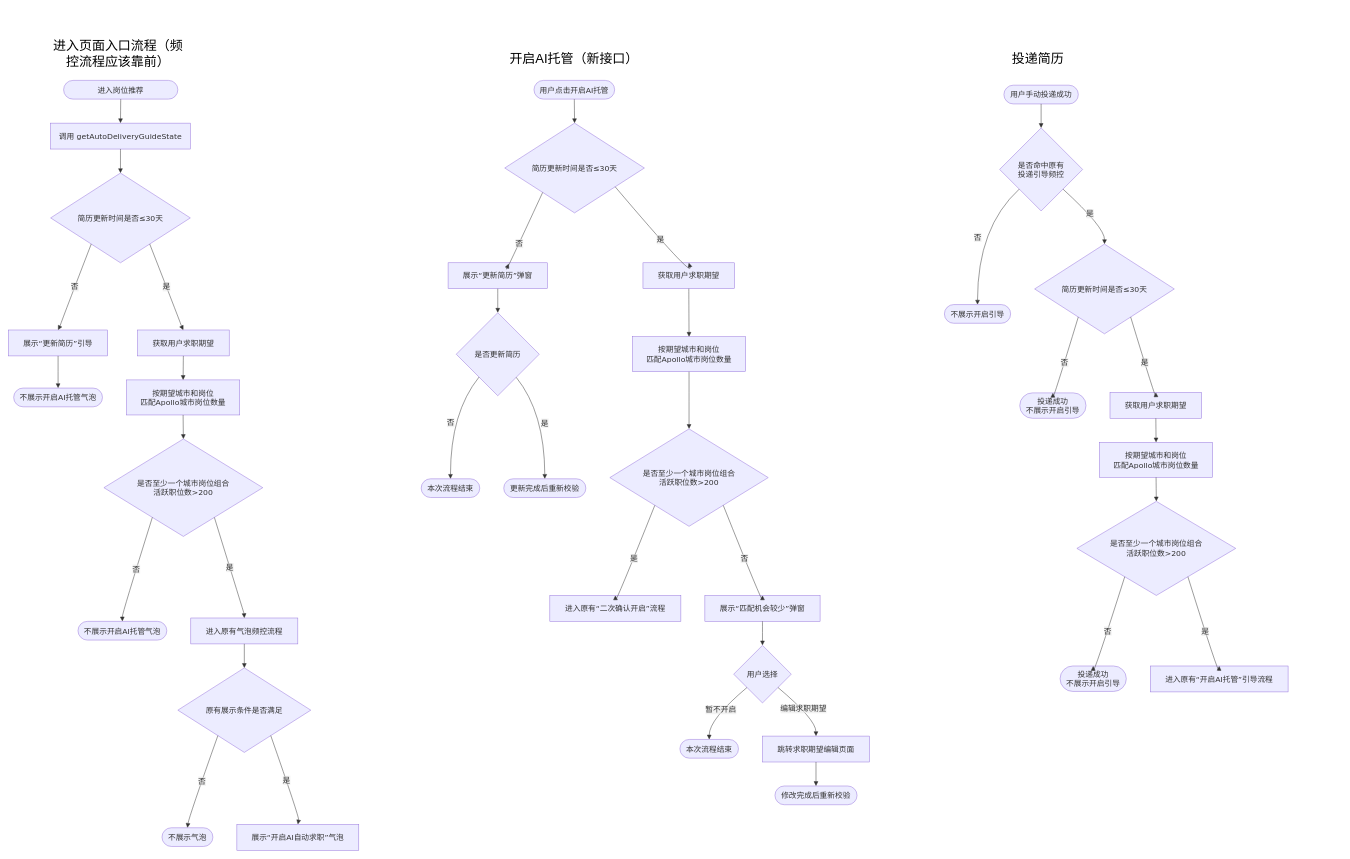
Before: 自动投递流程图.drawio in Eiji1422/diagrams, a draw.io diagram. Source tidied: cells renumbered, new cells numbered last; positions are measured from the earlier drawing's top-left corner, leaving out a move shared by most shapes. Both pictures are drawn from the tidied source at 48%, with x=0, y=0 at pixel (8, 8).
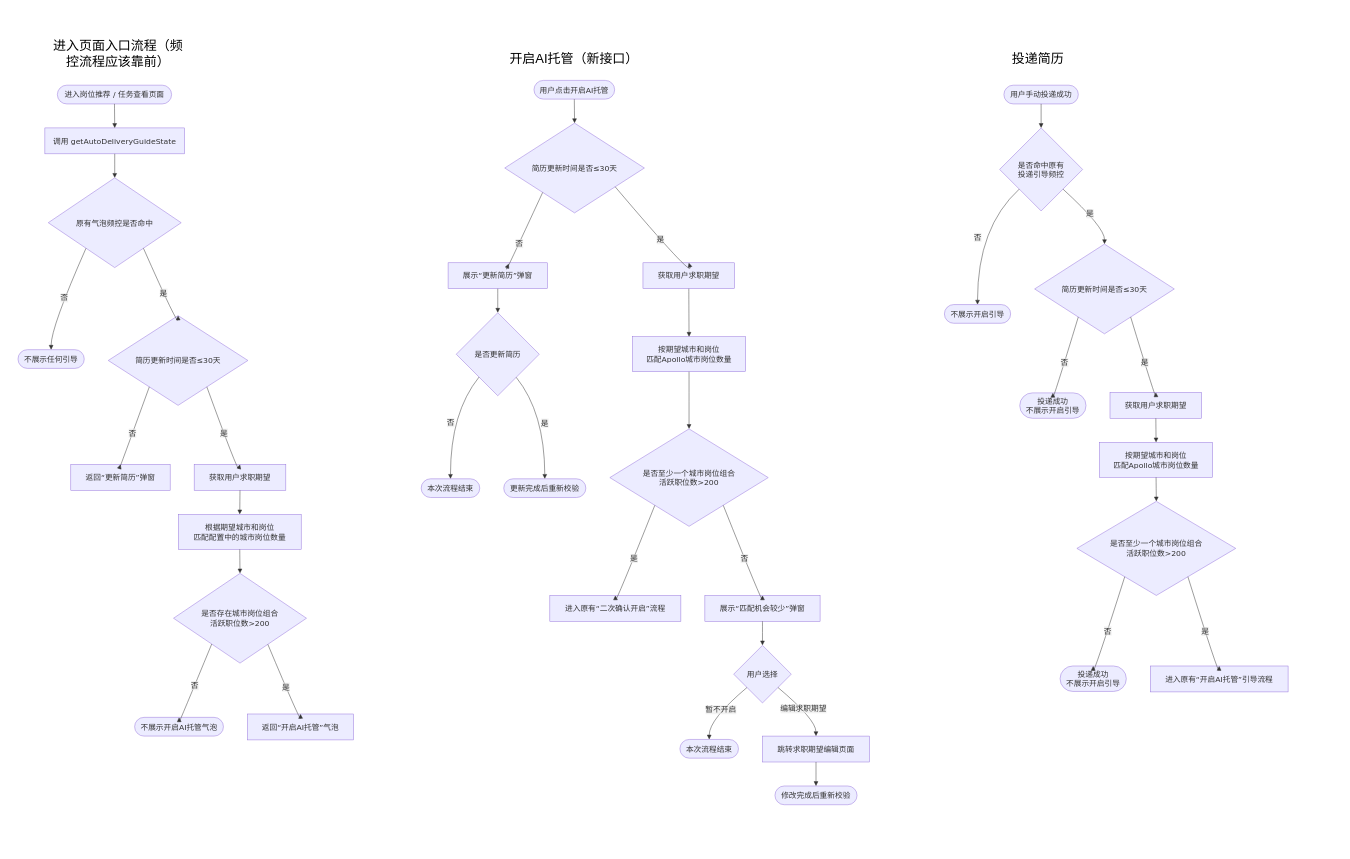
After the change.

Commit message:
更新自动投递流程图.drawio

Change to the diagram source:
```diff
@@
-    <mxCell id="3" style="group;transparentBounds=1;editIcon=1;lockedGroup=0;groupPadding=10;" parent="1" vertex="1">
-      <mxGeometry x="350" width="290" height="1560" as="geometry" />
-    </mxCell>
-    <mxCell id="4" value="进入岗位推荐" style="html=1;rounded=1;whiteSpace=wrap;arcSize=50;strokeWidth=1;fillColor=light-dark(#ECECFF,#1f2020);strokeColor=light-dark(#9370DB,#cccccc);fontColor=light-dark(#333333,#cccccc);fontFamily=Trebuchet MS,Verdana,Arial,sans-serif;fontSize=16;" parent="3" vertex="1">
-      <mxGeometry x="-235" y="150" width="238" height="39" as="geometry" />
-    </mxCell>
-    <mxCell id="5" value="调用 getAutoDeliveryGuideState" style="html=1;whiteSpace=wrap;strokeWidth=1;fillColor=light-dark(#ECECFF,#1f2020);strokeColor=light-dark(#9370DB,#cccccc);fontColor=light-dark(#333333,#cccccc);fontFamily=Trebuchet MS,Verdana,Arial,sans-serif;fontSize=16;" parent="3" vertex="1">
-      <mxGeometry x="-262" y="239" width="291" height="54" as="geometry" />
-    </mxCell>
-    <mxCell id="6" value="简历更新时间是否≤30天" style="rhombus;html=1;strokeWidth=1;whiteSpace=wrap;fillColor=light-dark(#ECECFF,#1f2020);strokeColor=light-dark(#9370DB,#cccccc);fontColor=light-dark(#333333,#cccccc);fontFamily=Trebuchet MS,Verdana,Arial,sans-serif;fontSize=16;" parent="3" vertex="1">
-      <mxGeometry x="-262" y="343" width="291" height="187" as="geometry" />
-    </mxCell>
-    <mxCell id="7" value="展示“更新简历”引导" style="html=1;whiteSpace=wrap;strokeWidth=1;fillColor=light-dark(#ECECFF,#1f2020);strokeColor=light-dark(#9370DB,#cccccc);fontColor=light-dark(#333333,#cccccc);fontFamily=Trebuchet MS,Verdana,Arial,sans-serif;fontSize=16;" parent="3" vertex="1">
-      <mxGeometry x="-350" y="670" width="207" height="54" as="geometry" />
-    </mxCell>
-    <mxCell id="8" value="不展示开启AI托管气泡" style="html=1;rounded=1;whiteSpace=wrap;arcSize=50;strokeWidth=1;fillColor=light-dark(#ECECFF,#1f2020);strokeColor=light-dark(#9370DB,#cccccc);fontColor=light-dark(#333333,#cccccc);fontFamily=Trebuchet MS,Verdana,Arial,sans-serif;fontSize=16;" parent="3" vertex="1">
-      <mxGeometry x="-339" y="791" width="185" height="39" as="geometry" />
-    </mxCell>
-    <mxCell id="9" value="获取用户求职期望" style="html=1;whiteSpace=wrap;strokeWidth=1;fillColor=light-dark(#ECECFF,#1f2020);strokeColor=light-dark(#9370DB,#cccccc);fontColor=light-dark(#333333,#cccccc);fontFamily=Trebuchet MS,Verdana,Arial,sans-serif;fontSize=16;" parent="3" vertex="1">
-      <mxGeometry x="-81" y="670" width="191" height="54" as="geometry" />
-    </mxCell>
-    <mxCell id="10" value="按期望城市和岗位&#10;匹配Apollo城市岗位数量" style="html=1;whiteSpace=wrap;strokeWidth=1;fillColor=light-dark(#ECECFF,#1f2020);strokeColor=light-dark(#9370DB,#cccccc);fontColor=light-dark(#333333,#cccccc);fontFamily=Trebuchet MS,Verdana,Arial,sans-serif;fontSize=16;" parent="3" vertex="1">
-      <mxGeometry x="-104" y="774" width="236" height="73" as="geometry" />
-    </mxCell>
-    <mxCell id="11" value="是否至少一个城市岗位组合&#10;活跃职位数&gt;200" style="rhombus;html=1;strokeWidth=1;whiteSpace=wrap;fillColor=light-dark(#ECECFF,#1f2020);strokeColor=light-dark(#9370DB,#cccccc);fontColor=light-dark(#333333,#cccccc);fontFamily=Trebuchet MS,Verdana,Arial,sans-serif;fontSize=16;" parent="3" vertex="1">
-      <mxGeometry x="-151" y="897" width="331" height="203" as="geometry" />
-    </mxCell>
-    <mxCell id="12" value="不展示开启AI托管气泡" style="html=1;rounded=1;whiteSpace=wrap;arcSize=50;strokeWidth=1;fillColor=light-dark(#ECECFF,#1f2020);strokeColor=light-dark(#9370DB,#cccccc);fontColor=light-dark(#333333,#cccccc);fontFamily=Trebuchet MS,Verdana,Arial,sans-serif;fontSize=16;" parent="3" vertex="1">
-      <mxGeometry x="-205" y="1277" width="185" height="39" as="geometry" />
-    </mxCell>
-    <mxCell id="13" value="进入原有气泡频控流程" style="html=1;whiteSpace=wrap;strokeWidth=1;fillColor=light-dark(#ECECFF,#1f2020);strokeColor=light-dark(#9370DB,#cccccc);fontColor=light-dark(#333333,#cccccc);fontFamily=Trebuchet MS,Verdana,Arial,sans-serif;fontSize=16;" parent="3" vertex="1">
-      <mxGeometry x="30" y="1270" width="223" height="54" as="geometry" />
-    </mxCell>
-    <mxCell id="14" value="原有展示条件是否满足" style="rhombus;html=1;strokeWidth=1;whiteSpace=wrap;fillColor=light-dark(#ECECFF,#1f2020);strokeColor=light-dark(#9370DB,#cccccc);fontColor=light-dark(#333333,#cccccc);fontFamily=Trebuchet MS,Verdana,Arial,sans-serif;fontSize=16;" parent="3" vertex="1">
-      <mxGeometry x="3" y="1374" width="277" height="176" as="geometry" />
-    </mxCell>
-    <mxCell id="15" value="不展示气泡" style="html=1;rounded=1;whiteSpace=wrap;arcSize=50;strokeWidth=1;fillColor=light-dark(#ECECFF,#1f2020);strokeColor=light-dark(#9370DB,#cccccc);fontColor=light-dark(#333333,#cccccc);fontFamily=Trebuchet MS,Verdana,Arial,sans-serif;fontSize=16;" parent="3" vertex="1">
-      <mxGeometry x="-30" y="1707" width="106" height="39" as="geometry" />
-    </mxCell>
-    <mxCell id="16" value="展示“开启AI自动求职”气泡" style="html=1;whiteSpace=wrap;strokeWidth=1;fillColor=light-dark(#ECECFF,#1f2020);strokeColor=light-dark(#9370DB,#cccccc);fontColor=light-dark(#333333,#cccccc);fontFamily=Trebuchet MS,Verdana,Arial,sans-serif;fontSize=16;" parent="3" vertex="1">
-      <mxGeometry x="126" y="1700" width="254" height="54" as="geometry" />
-    </mxCell>
-    <mxCell id="17" style="curved=1;startArrow=none;endArrow=block;endSize=7;strokeColor=light-dark(#333333,#cccccc);exitX=0.5;exitY=1;entryX=0.5;entryY=0;rounded=0;" parent="3" edge="1" source="4" target="5">
-      <mxGeometry relative="1" as="geometry" />
-    </mxCell>
-    <mxCell id="18" style="curved=1;startArrow=none;endArrow=block;endSize=7;strokeColor=light-dark(#333333,#cccccc);exitX=0.5;exitY=1;entryX=0.5;entryY=0;rounded=0;" parent="3" edge="1" source="5" target="6">
-      <mxGeometry relative="1" as="geometry" />
-    </mxCell>
-    <mxCell id="19" value="否" style="curved=1;startArrow=none;endArrow=block;endSize=7;strokeColor=light-dark(#333333,#cccccc);html=1;fontSize=16;labelBackgroundColor=light-dark(#E8E8E88D,#2a2a2a8D);fontFamily=Trebuchet MS,Verdana,Arial,sans-serif;fontColor=light-dark(#333333,#cccccc);exitX=0.14;exitY=1;entryX=0.5;entryY=0;rounded=0;" parent="3" edge="1" source="6" target="7">
-      <mxGeometry relative="1" as="geometry">
-        <Array as="points">
-          <mxPoint x="-246" y="669" />
-        </Array>
-      </mxGeometry>
-    </mxCell>
-    <mxCell id="20" style="curved=1;startArrow=none;endArrow=block;endSize=7;strokeColor=light-dark(#333333,#cccccc);exitX=0.5;exitY=1;entryX=0.5;entryY=0;rounded=0;" parent="3" edge="1" source="7" target="8">
-      <mxGeometry relative="1" as="geometry" />
-    </mxCell>
-    <mxCell id="21" value="是" style="curved=1;startArrow=none;endArrow=block;endSize=7;strokeColor=light-dark(#333333,#cccccc);html=1;fontSize=16;labelBackgroundColor=light-dark(#E8E8E88D,#2a2a2a8D);fontFamily=Trebuchet MS,Verdana,Arial,sans-serif;fontColor=light-dark(#333333,#cccccc);exitX=0.86;exitY=1;entryX=0.5;entryY=0;rounded=0;" parent="3" edge="1" source="6" target="9">
-      <mxGeometry relative="1" as="geometry">
-        <Array as="points">
-          <mxPoint x="14" y="669" />
-        </Array>
-      </mxGeometry>
-    </mxCell>
-    <mxCell id="22" style="curved=1;startArrow=none;endArrow=block;endSize=7;strokeColor=light-dark(#333333,#cccccc);exitX=0.5;exitY=1;entryX=0.5;entryY=0;rounded=0;" parent="3" edge="1" source="9" target="10">
-      <mxGeometry relative="1" as="geometry" />
-    </mxCell>
-    <mxCell id="23" style="curved=1;startArrow=none;endArrow=block;endSize=7;strokeColor=light-dark(#333333,#cccccc);exitX=0.5;exitY=1;entryX=0.5;entryY=0;rounded=0;" parent="3" edge="1" source="10" target="11">
-      <mxGeometry relative="1" as="geometry" />
-    </mxCell>
-    <mxCell id="24" value="否" style="curved=1;startArrow=none;endArrow=block;endSize=7;strokeColor=light-dark(#333333,#cccccc);html=1;fontSize=16;labelBackgroundColor=light-dark(#E8E8E88D,#2a2a2a8D);fontFamily=Trebuchet MS,Verdana,Arial,sans-serif;fontColor=light-dark(#333333,#cccccc);exitX=0.18;exitY=1;entryX=0.5;entryY=0;rounded=0;" parent="3" edge="1" source="11" target="12">
-      <mxGeometry relative="1" as="geometry">
-        <Array as="points">
-          <mxPoint x="-113" y="1261" />
-        </Array>
-      </mxGeometry>
-    </mxCell>
-    <mxCell id="25" value="是" style="curved=1;startArrow=none;endArrow=block;endSize=7;strokeColor=light-dark(#333333,#cccccc);html=1;fontSize=16;labelBackgroundColor=light-dark(#E8E8E88D,#2a2a2a8D);fontFamily=Trebuchet MS,Verdana,Arial,sans-serif;fontColor=light-dark(#333333,#cccccc);exitX=0.82;exitY=1;entryX=0.5;entryY=0;rounded=0;" parent="3" edge="1" source="11" target="13">
-      <mxGeometry relative="1" as="geometry">
-        <Array as="points">
-          <mxPoint x="141" y="1261" />
-        </Array>
-      </mxGeometry>
-    </mxCell>
-    <mxCell id="26" style="curved=1;startArrow=none;endArrow=block;endSize=7;strokeColor=light-dark(#333333,#cccccc);exitX=0.5;exitY=1;entryX=0.5;entryY=0;rounded=0;" parent="3" edge="1" source="13" target="14">
-      <mxGeometry relative="1" as="geometry" />
-    </mxCell>
-    <mxCell id="27" value="否" style="curved=1;startArrow=none;endArrow=block;endSize=7;strokeColor=light-dark(#333333,#cccccc);html=1;fontSize=16;labelBackgroundColor=light-dark(#E8E8E88D,#2a2a2a8D);fontFamily=Trebuchet MS,Verdana,Arial,sans-serif;fontColor=light-dark(#333333,#cccccc);exitX=0.17;exitY=1;entryX=0.5;entryY=0;rounded=0;" parent="3" edge="1" source="14" target="15">
-      <mxGeometry relative="1" as="geometry">
-        <Array as="points">
-          <mxPoint x="26" y="1685" />
-        </Array>
-      </mxGeometry>
-    </mxCell>
-    <mxCell id="28" value="是" style="curved=1;startArrow=none;endArrow=block;endSize=7;strokeColor=light-dark(#333333,#cccccc);html=1;fontSize=16;labelBackgroundColor=light-dark(#E8E8E88D,#2a2a2a8D);fontFamily=Trebuchet MS,Verdana,Arial,sans-serif;fontColor=light-dark(#333333,#cccccc);exitX=0.83;exitY=1;entryX=0.5;entryY=0;rounded=0;" parent="3" edge="1" source="14" target="16">
-      <mxGeometry relative="1" as="geometry">
-        <Array as="points">
-          <mxPoint x="256" y="1685" />
-        </Array>
-      </mxGeometry>
-    </mxCell>
@@
+    <mxCell id="81" style="group;transparentBounds=1;editIcon=1;lockedGroup=0;groupPadding=10;" parent="1" vertex="1">
+      <mxGeometry x="350" width="281" height="1374" as="geometry" />
+    </mxCell>
+    <mxCell id="82" value="进入岗位推荐 / 任务查看页面" style="html=1;rounded=1;whiteSpace=wrap;arcSize=50;strokeWidth=1;fillColor=light-dark(#ECECFF,#1f2020);strokeColor=light-dark(#9370DB,#cccccc);fontColor=light-dark(#333333,#cccccc);fontFamily=Trebuchet MS,Verdana,Arial,sans-serif;fontSize=16;" parent="81" vertex="1">
+      <mxGeometry x="-248" y="160" width="238" height="39" as="geometry" />
+    </mxCell>
+    <mxCell id="5" value="调用 getAutoDeliveryGuideState" style="html=1;whiteSpace=wrap;strokeWidth=1;fillColor=light-dark(#ECECFF,#1f2020);strokeColor=light-dark(#9370DB,#cccccc);fontColor=light-dark(#333333,#cccccc);fontFamily=Trebuchet MS,Verdana,Arial,sans-serif;fontSize=16;" parent="81" vertex="1">
+      <mxGeometry x="-274" y="249" width="291" height="54" as="geometry" />
+    </mxCell>
+    <mxCell id="83" value="原有气泡频控是否命中" style="rhombus;html=1;strokeWidth=1;whiteSpace=wrap;fillColor=light-dark(#ECECFF,#1f2020);strokeColor=light-dark(#9370DB,#cccccc);fontColor=light-dark(#333333,#cccccc);fontFamily=Trebuchet MS,Verdana,Arial,sans-serif;fontSize=16;" parent="81" vertex="1">
+      <mxGeometry x="-267" y="353" width="277" height="187" as="geometry" />
+    </mxCell>
+    <mxCell id="84" value="不展示任何引导" style="html=1;rounded=1;whiteSpace=wrap;arcSize=50;strokeWidth=1;fillColor=light-dark(#ECECFF,#1f2020);strokeColor=light-dark(#9370DB,#cccccc);fontColor=light-dark(#333333,#cccccc);fontFamily=Trebuchet MS,Verdana,Arial,sans-serif;fontSize=16;" parent="81" vertex="1">
+      <mxGeometry x="-330" y="711" width="138" height="39" as="geometry" />
+    </mxCell>
+    <mxCell id="6" value="简历更新时间是否≤30天" style="rhombus;html=1;strokeWidth=1;whiteSpace=wrap;fillColor=light-dark(#ECECFF,#1f2020);strokeColor=light-dark(#9370DB,#cccccc);fontColor=light-dark(#333333,#cccccc);fontFamily=Trebuchet MS,Verdana,Arial,sans-serif;fontSize=16;" parent="81" vertex="1">
+      <mxGeometry x="-142" y="640" width="291" height="187" as="geometry" />
+    </mxCell>
+    <mxCell id="85" value="返回“更新简历”弹窗" style="html=1;whiteSpace=wrap;strokeWidth=1;fillColor=light-dark(#ECECFF,#1f2020);strokeColor=light-dark(#9370DB,#cccccc);fontColor=light-dark(#333333,#cccccc);fontFamily=Trebuchet MS,Verdana,Arial,sans-serif;fontSize=16;" parent="81" vertex="1">
+      <mxGeometry x="-220" y="950" width="207" height="54" as="geometry" />
+    </mxCell>
+    <mxCell id="9" value="获取用户求职期望" style="html=1;whiteSpace=wrap;strokeWidth=1;fillColor=light-dark(#ECECFF,#1f2020);strokeColor=light-dark(#9370DB,#cccccc);fontColor=light-dark(#333333,#cccccc);fontFamily=Trebuchet MS,Verdana,Arial,sans-serif;fontSize=16;" parent="81" vertex="1">
+      <mxGeometry x="37" y="950" width="191" height="54" as="geometry" />
+    </mxCell>
+    <mxCell id="86" value="根据期望城市和岗位&#10;匹配配置中的城市岗位数量" style="html=1;whiteSpace=wrap;strokeWidth=1;fillColor=light-dark(#ECECFF,#1f2020);strokeColor=light-dark(#9370DB,#cccccc);fontColor=light-dark(#333333,#cccccc);fontFamily=Trebuchet MS,Verdana,Arial,sans-serif;fontSize=16;" parent="81" vertex="1">
+      <mxGeometry x="4" y="1054" width="256" height="73" as="geometry" />
+    </mxCell>
+    <mxCell id="87" value="是否存在城市岗位组合&#10;活跃职位数&gt;200" style="rhombus;html=1;strokeWidth=1;whiteSpace=wrap;fillColor=light-dark(#ECECFF,#1f2020);strokeColor=light-dark(#9370DB,#cccccc);fontColor=light-dark(#333333,#cccccc);fontFamily=Trebuchet MS,Verdana,Arial,sans-serif;fontSize=16;" parent="81" vertex="1">
+      <mxGeometry x="-6" y="1177" width="277" height="187" as="geometry" />
+    </mxCell>
+    <mxCell id="88" value="不展示开启AI托管气泡" style="html=1;rounded=1;whiteSpace=wrap;arcSize=50;strokeWidth=1;fillColor=light-dark(#ECECFF,#1f2020);strokeColor=light-dark(#9370DB,#cccccc);fontColor=light-dark(#333333,#cccccc);fontFamily=Trebuchet MS,Verdana,Arial,sans-serif;fontSize=16;" parent="81" vertex="1">
+      <mxGeometry x="-87" y="1477" width="185" height="39" as="geometry" />
+    </mxCell>
+    <mxCell id="89" value="返回“开启AI托管”气泡" style="html=1;whiteSpace=wrap;strokeWidth=1;fillColor=light-dark(#ECECFF,#1f2020);strokeColor=light-dark(#9370DB,#cccccc);fontColor=light-dark(#333333,#cccccc);fontFamily=Trebuchet MS,Verdana,Arial,sans-serif;fontSize=16;" parent="81" vertex="1">
+      <mxGeometry x="148" y="1470" width="221" height="54" as="geometry" />
+    </mxCell>
+    <mxCell id="90" style="curved=1;startArrow=none;endArrow=block;endSize=7;strokeColor=light-dark(#333333,#cccccc);exitX=0.5;exitY=1;entryX=0.5;entryY=0;rounded=0;" parent="81" edge="1" source="82" target="5">
+      <mxGeometry relative="1" as="geometry" />
+    </mxCell>
+    <mxCell id="91" style="curved=1;startArrow=none;endArrow=block;endSize=7;strokeColor=light-dark(#333333,#cccccc);exitX=0.5;exitY=1;entryX=0.5;entryY=0;rounded=0;" parent="81" edge="1" source="5" target="83">
+      <mxGeometry relative="1" as="geometry" />
+    </mxCell>
+    <mxCell id="92" value="否" style="curved=1;startArrow=none;endArrow=block;endSize=7;strokeColor=light-dark(#333333,#cccccc);html=1;fontSize=16;labelBackgroundColor=light-dark(#E8E8E88D,#2a2a2a8D);fontFamily=Trebuchet MS,Verdana,Arial,sans-serif;fontColor=light-dark(#333333,#cccccc);exitX=0.12;exitY=1;entryX=0.5;entryY=0;rounded=0;" parent="81" edge="1" source="83" target="84">
+      <mxGeometry relative="1" as="geometry">
+        <Array as="points">
+          <mxPoint x="-261" y="664" />
+        </Array>
+      </mxGeometry>
+    </mxCell>
+    <mxCell id="93" value="是" style="curved=1;startArrow=none;endArrow=block;endSize=7;strokeColor=light-dark(#333333,#cccccc);html=1;fontSize=16;labelBackgroundColor=light-dark(#E8E8E88D,#2a2a2a8D);fontFamily=Trebuchet MS,Verdana,Arial,sans-serif;fontColor=light-dark(#333333,#cccccc);exitX=0.88;exitY=1;entryX=0.5;entryY=0;rounded=0;" parent="81" edge="1" source="83" target="6">
+      <mxGeometry relative="1" as="geometry">
+        <Array as="points">
+          <mxPoint x="4" y="664" />
+        </Array>
+      </mxGeometry>
+    </mxCell>
+    <mxCell id="94" value="否" style="curved=1;startArrow=none;endArrow=block;endSize=7;strokeColor=light-dark(#333333,#cccccc);html=1;fontSize=16;labelBackgroundColor=light-dark(#E8E8E88D,#2a2a2a8D);fontFamily=Trebuchet MS,Verdana,Arial,sans-serif;fontColor=light-dark(#333333,#cccccc);exitX=0.15;exitY=1;entryX=0.5;entryY=0;rounded=0;" parent="81" edge="1" source="6" target="85">
+      <mxGeometry relative="1" as="geometry">
+        <Array as="points">
+          <mxPoint x="-121" y="966" />
+        </Array>
+      </mxGeometry>
+    </mxCell>
+    <mxCell id="95" value="是" style="curved=1;startArrow=none;endArrow=block;endSize=7;strokeColor=light-dark(#333333,#cccccc);html=1;fontSize=16;labelBackgroundColor=light-dark(#E8E8E88D,#2a2a2a8D);fontFamily=Trebuchet MS,Verdana,Arial,sans-serif;fontColor=light-dark(#333333,#cccccc);exitX=0.85;exitY=1;entryX=0.5;entryY=0;rounded=0;" parent="81" edge="1" source="6" target="9">
+      <mxGeometry relative="1" as="geometry">
+        <Array as="points">
+          <mxPoint x="128" y="966" />
+        </Array>
+      </mxGeometry>
+    </mxCell>
+    <mxCell id="96" style="curved=1;startArrow=none;endArrow=block;endSize=7;strokeColor=light-dark(#333333,#cccccc);exitX=0.5;exitY=1;entryX=0.5;entryY=0;rounded=0;" parent="81" edge="1" source="9" target="86">
+      <mxGeometry relative="1" as="geometry" />
+    </mxCell>
+    <mxCell id="97" style="curved=1;startArrow=none;endArrow=block;endSize=7;strokeColor=light-dark(#333333,#cccccc);exitX=0.5;exitY=1;entryX=0.5;entryY=0;rounded=0;" parent="81" edge="1" source="86" target="87">
+      <mxGeometry relative="1" as="geometry" />
+    </mxCell>
+    <mxCell id="98" value="否" style="curved=1;startArrow=none;endArrow=block;endSize=7;strokeColor=light-dark(#333333,#cccccc);html=1;fontSize=16;labelBackgroundColor=light-dark(#E8E8E88D,#2a2a2a8D);fontFamily=Trebuchet MS,Verdana,Arial,sans-serif;fontColor=light-dark(#333333,#cccccc);exitX=0.13;exitY=1;entryX=0.5;entryY=0;rounded=0;" parent="81" edge="1" source="87" target="88">
+      <mxGeometry relative="1" as="geometry">
+        <Array as="points">
+          <mxPoint x="6" y="1488" />
+        </Array>
+      </mxGeometry>
+    </mxCell>
+    <mxCell id="21" value="是" style="curved=1;startArrow=none;endArrow=block;endSize=7;strokeColor=light-dark(#333333,#cccccc);html=1;fontSize=16;labelBackgroundColor=light-dark(#E8E8E88D,#2a2a2a8D);fontFamily=Trebuchet MS,Verdana,Arial,sans-serif;fontColor=light-dark(#333333,#cccccc);exitX=0.86;exitY=1;entryX=0.5;entryY=0;rounded=0;" parent="81" edge="1" source="87" target="89">
+      <mxGeometry relative="1" as="geometry">
+        <Array as="points">
+          <mxPoint x="259" y="1488" />
+        </Array>
+      </mxGeometry>
+    </mxCell>
```
